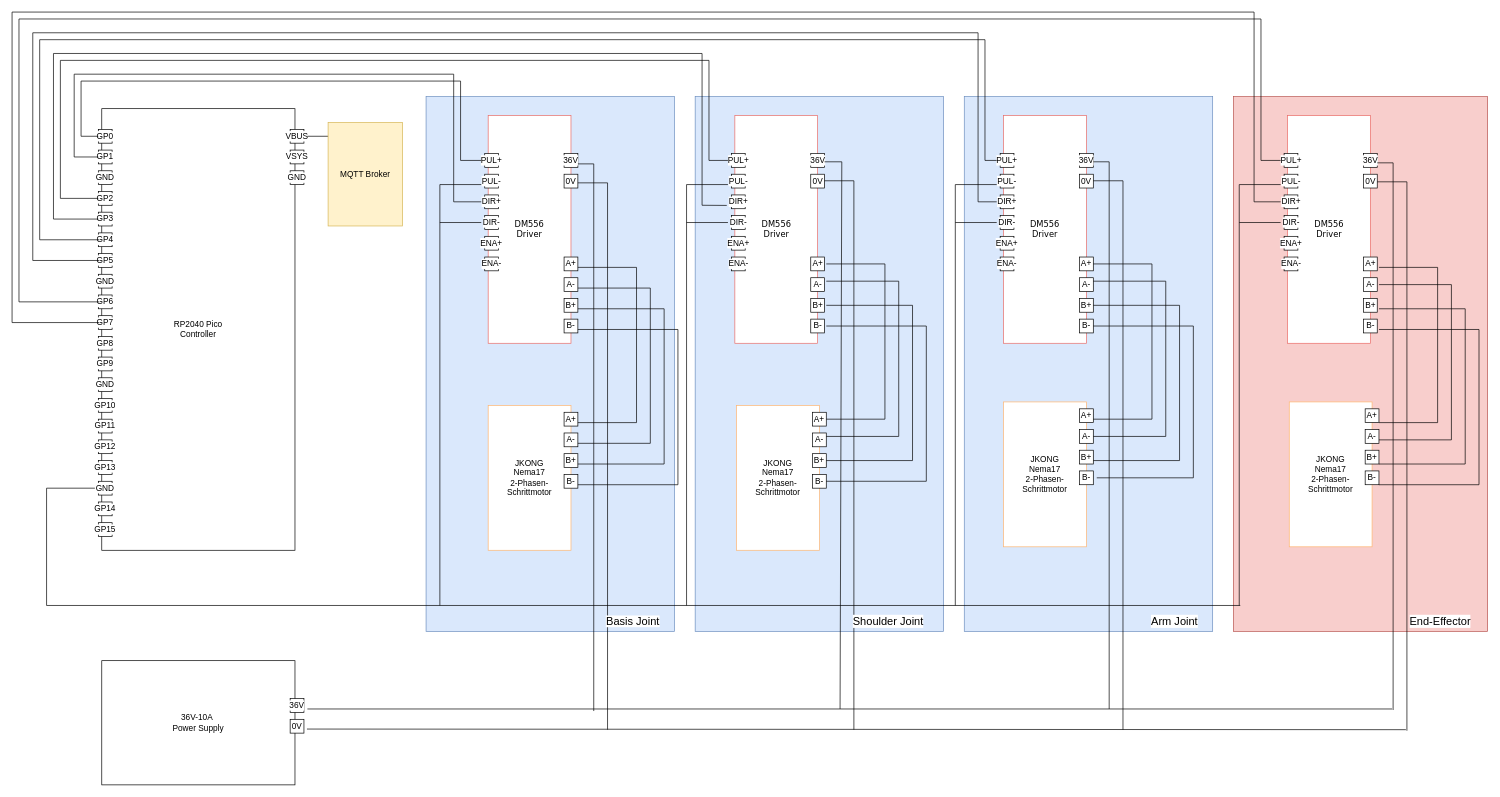
lias-bischof/robotic-arm keeps this draw.io diagram as Protokoll/Elektronik.drawio. Above is the earlier version. Source tidied: cells renumbered, new cells numbered last; positions are measured from the earlier drawing's top-left corner, leaving out a move shared by most shapes. Both pictures are drawn from the tidied source at 69%, with x=0, y=0 at pixel (12, 12).
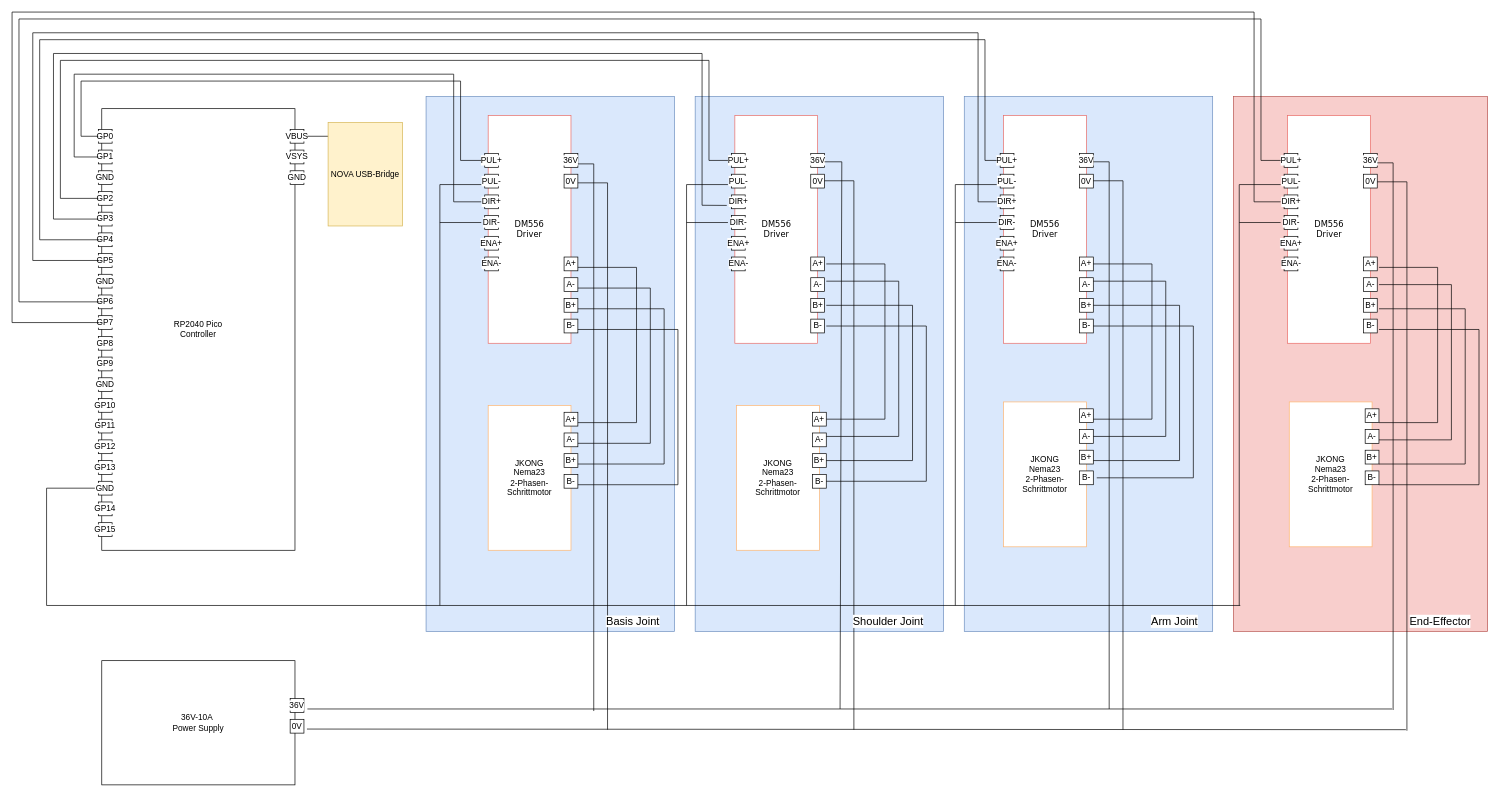
The same page after the edit.

The edit, as a diff of the source:
```diff
@@
-    <mxCell id="6" value="&lt;div&gt;JKONG&lt;/div&gt;Nema17&lt;br&gt;&lt;div&gt;2-Phasen-Schrittmotor&lt;/div&gt;" style="rounded=0;whiteSpace=wrap;html=1;fontFamily=JetBrains Mono;strokeColor=#FFB570;" parent="1" vertex="1">
+    <mxCell id="6" value="&lt;div&gt;JKONG&lt;/div&gt;Nema23&lt;br&gt;&lt;div&gt;2-Phasen-Schrittmotor&lt;/div&gt;" style="rounded=0;whiteSpace=wrap;html=1;fontFamily=JetBrains Mono;strokeColor=#FFB570;" parent="1" vertex="1">
       <mxGeometry x="690" y="570" width="120" height="210" as="geometry" />
     </mxCell>
@@
-    <mxCell id="15" value="&lt;div&gt;JKONG&lt;/div&gt;Nema17&lt;br&gt;&lt;div&gt;2-Phasen-Schrittmotor&lt;/div&gt;" style="rounded=0;whiteSpace=wrap;html=1;fontFamily=JetBrains Mono;strokeColor=#FFB570;" parent="1" vertex="1">
+    <mxCell id="15" value="&lt;div&gt;JKONG&lt;/div&gt;Nema23&lt;br&gt;&lt;div&gt;2-Phasen-Schrittmotor&lt;/div&gt;" style="rounded=0;whiteSpace=wrap;html=1;fontFamily=JetBrains Mono;strokeColor=#FFB570;" parent="1" vertex="1">
       <mxGeometry x="1050" y="570" width="120" height="210" as="geometry" />
     </mxCell>
@@
-    <mxCell id="24" value="&lt;div&gt;JKONG&lt;/div&gt;Nema17&lt;br&gt;&lt;div&gt;2-Phasen-Schrittmotor&lt;/div&gt;" style="rounded=0;whiteSpace=wrap;html=1;fontFamily=JetBrains Mono;strokeColor=#FFB570;" parent="1" vertex="1">
+    <mxCell id="24" value="&lt;div&gt;JKONG&lt;/div&gt;Nema23&lt;br&gt;&lt;div&gt;2-Phasen-Schrittmotor&lt;/div&gt;" style="rounded=0;whiteSpace=wrap;html=1;fontFamily=JetBrains Mono;strokeColor=#FFB570;" parent="1" vertex="1">
       <mxGeometry x="1437" y="565" width="120" height="210" as="geometry" />
     </mxCell>
@@
-    <mxCell id="33" value="&lt;div&gt;JKONG&lt;/div&gt;Nema17&lt;br&gt;&lt;div&gt;2-Phasen-Schrittmotor&lt;/div&gt;" style="rounded=0;whiteSpace=wrap;html=1;fontFamily=JetBrains Mono;strokeColor=#FFB570;" parent="1" vertex="1">
+    <mxCell id="33" value="&lt;div&gt;JKONG&lt;/div&gt;Nema23&lt;br&gt;&lt;div&gt;2-Phasen-Schrittmotor&lt;/div&gt;" style="rounded=0;whiteSpace=wrap;html=1;fontFamily=JetBrains Mono;strokeColor=#FFB570;" parent="1" vertex="1">
       <mxGeometry x="1851" y="565" width="120" height="210" as="geometry" />
     </mxCell>
@@
-    <mxCell id="238" value="MQTT Broker" style="rounded=0;whiteSpace=wrap;html=1;fontFamily=JetBrains Mono;fillColor=#fff2cc;strokeColor=#d6b656;" parent="1" vertex="1">
+    <mxCell id="238" value="NOVA USB-Bridge" style="rounded=0;whiteSpace=wrap;html=1;fontFamily=JetBrains Mono;fillColor=#fff2cc;strokeColor=#d6b656;" parent="1" vertex="1">
       <mxGeometry x="458" y="160" width="108" height="150" as="geometry" />
     </mxCell>
```
